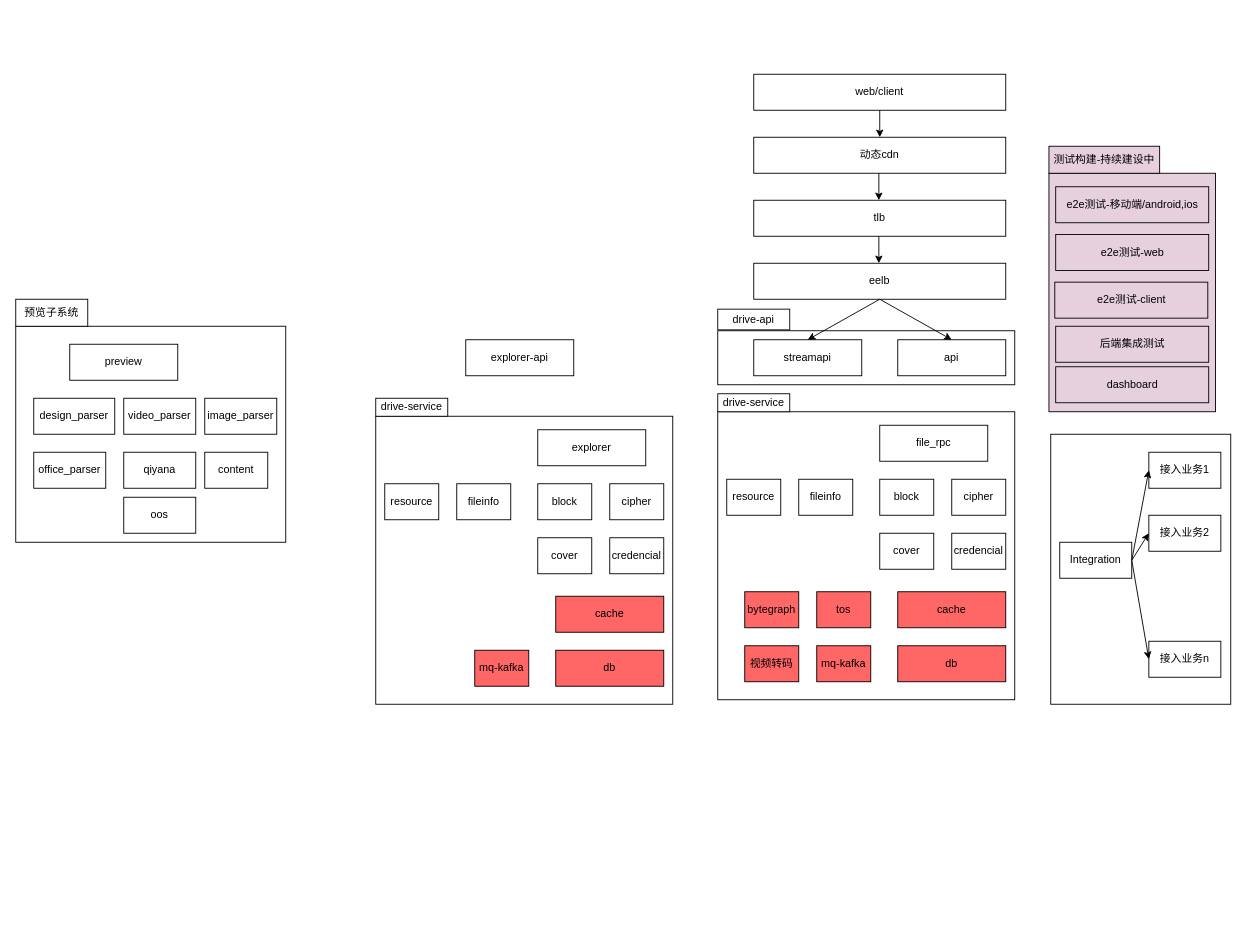
This is 架构图1.drawio from hehenpan/drawio, a draw.io file, before an edit. Source tidied: cells renumbered, new cells numbered last; positions are measured from the earlier drawing's top-left corner, leaving out a move shared by most shapes. Both pictures are drawn from the tidied source at 90%, with x=0, y=0 at pixel (15, 74).
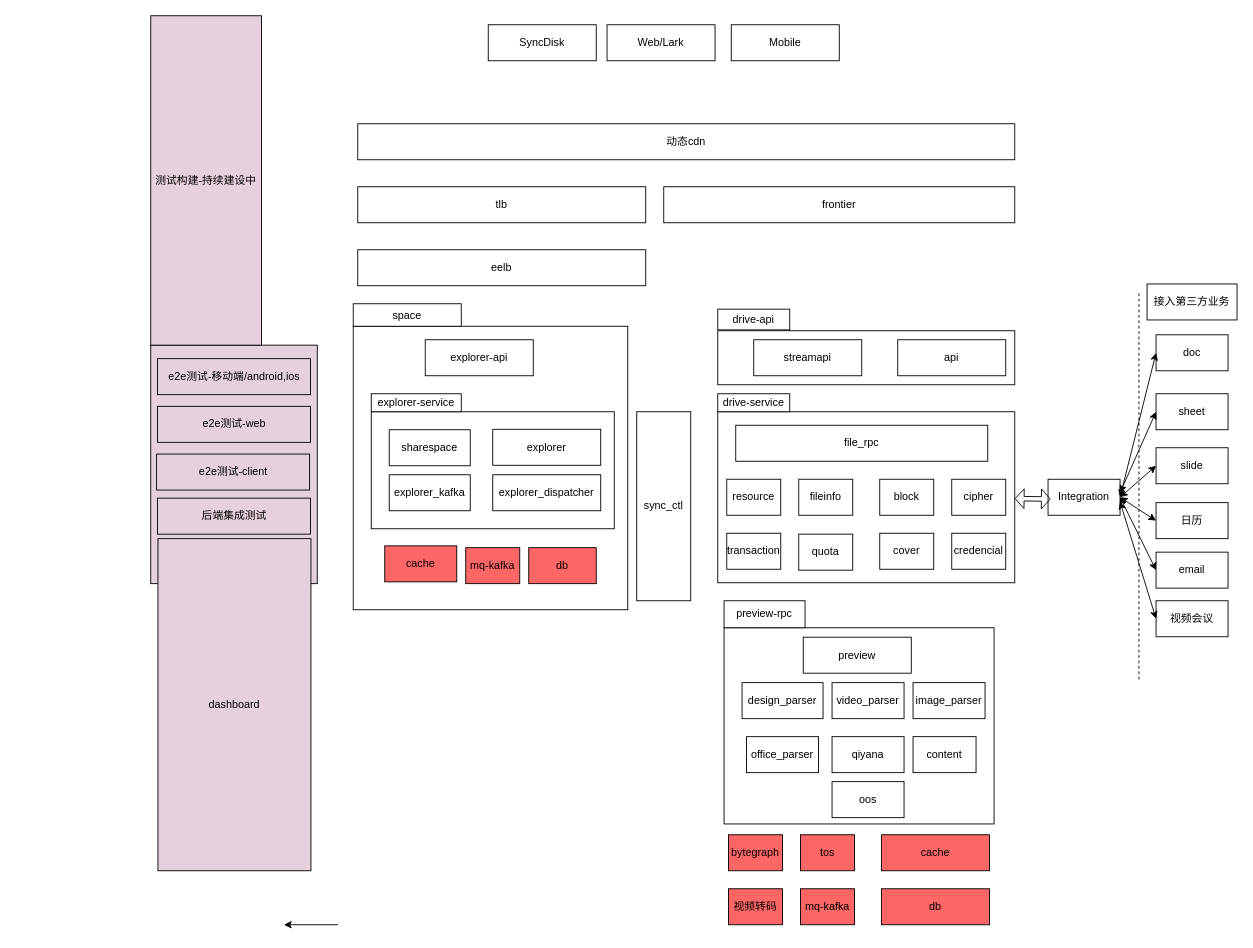
Above is the later version.

Unchanged cells that the change refers to:
```xml
<mxCell id="9" value="streamapi" style="rounded=0;whiteSpace=wrap;html=1;" parent="1" vertex="1">
  <mxGeometry x="820" y="295" width="120" height="40" as="geometry" />
</mxCell>
<mxCell id="12" value="api" style="rounded=0;whiteSpace=wrap;html=1;" parent="1" vertex="1">
  <mxGeometry x="980" y="295" width="120" height="40" as="geometry" />
</mxCell>
```

The edit, as a diff of the source:
```diff
@@
+    <mxCell id="68" style="rounded=0;whiteSpace=wrap;html=1;" parent="1" vertex="1">
+      <mxGeometry x="375" y="280" width="305" height="315" as="geometry" />
+    </mxCell>
@@
     <mxCell id="3" style="rounded=0;whiteSpace=wrap;html=1;" parent="1" vertex="1">
-      <mxGeometry x="780" y="375" width="330" height="320" as="geometry" />
+      <mxGeometry x="780" y="375" width="330" height="190" as="geometry" />
     </mxCell>
     <mxCell id="4" style="rounded=0;whiteSpace=wrap;html=1;fillColor=#E6D0DE;" parent="1" vertex="1">
-      <mxGeometry x="1148" y="110" width="185" height="265" as="geometry" />
+      <mxGeometry x="150" y="301" width="185" height="265" as="geometry" />
     </mxCell>
     <mxCell id="5" style="rounded=0;whiteSpace=wrap;html=1;" parent="1" vertex="1">
-      <mxGeometry y="280" width="300" height="240" as="geometry" />
+      <mxGeometry x="787" y="615" width="300" height="218" as="geometry" />
     </mxCell>
-    <mxCell id="6" style="rounded=0;whiteSpace=wrap;html=1;" parent="1" vertex="1">
-      <mxGeometry x="1150" y="400" width="200" height="300" as="geometry" />
-    </mxCell>
     <mxCell id="7" value="tlb" style="rounded=0;whiteSpace=wrap;html=1;" parent="1" vertex="1">
-      <mxGeometry x="820" y="140" width="280" height="40" as="geometry" />
+      <mxGeometry x="380" y="125" width="320" height="40" as="geometry" />
     </mxCell>
     <mxCell id="8" value="eelb" style="rounded=0;whiteSpace=wrap;html=1;" parent="1" vertex="1">
-      <mxGeometry x="820" y="210" width="280" height="40" as="geometry" />
+      <mxGeometry x="380" y="195" width="320" height="40" as="geometry" />
     </mxCell>
@@
     <mxCell id="10" value="动态cdn" style="rounded=0;whiteSpace=wrap;html=1;" parent="1" vertex="1">
-      <mxGeometry x="820" y="70" width="280" height="40" as="geometry" />
+      <mxGeometry x="380" y="55" width="730" height="40" as="geometry" />
     </mxCell>
-    <mxCell id="11" value="web/client" style="rounded=0;whiteSpace=wrap;html=1;" parent="1" vertex="1">
-      <mxGeometry x="820" width="280" height="40" as="geometry" />
-    </mxCell>
@@
     <mxCell id="13" value="file_rpc" style="rounded=0;whiteSpace=wrap;html=1;" parent="1" vertex="1">
-      <mxGeometry x="960" y="390" width="120" height="40" as="geometry" />
+      <mxGeometry x="800" y="390" width="280" height="40" as="geometry" />
     </mxCell>
@@
     <mxCell id="17" value="cache" style="rounded=0;whiteSpace=wrap;html=1;fillColor=#FF6666;" parent="1" vertex="1">
-      <mxGeometry x="980" y="575" width="120" height="40" as="geometry" />
+      <mxGeometry x="962" y="845" width="120" height="40" as="geometry" />
     </mxCell>
     <mxCell id="18" value="db" style="rounded=0;whiteSpace=wrap;html=1;fillColor=#FF6666;" parent="1" vertex="1">
-      <mxGeometry x="980" y="635" width="120" height="40" as="geometry" />
+      <mxGeometry x="962" y="905" width="120" height="40" as="geometry" />
     </mxCell>
     <mxCell id="19" value="Integration" style="rounded=0;whiteSpace=wrap;html=1;" parent="1" vertex="1">
-      <mxGeometry x="1160" y="520" width="80" height="40" as="geometry" />
+      <mxGeometry x="1147" y="450" width="80" height="40" as="geometry" />
     </mxCell>
-    <mxCell id="20" value="接入业务1" style="rounded=0;whiteSpace=wrap;html=1;" parent="1" vertex="1">
-      <mxGeometry x="1259" y="420" width="80" height="40" as="geometry" />
+    <mxCell id="20" value="doc" style="rounded=0;whiteSpace=wrap;html=1;" parent="1" vertex="1">
+      <mxGeometry x="1267" y="289.5" width="80" height="40" as="geometry" />
     </mxCell>
-    <mxCell id="21" value="接入业务2" style="rounded=0;whiteSpace=wrap;html=1;" parent="1" vertex="1">
-      <mxGeometry x="1259" y="490" width="80" height="40" as="geometry" />
+    <mxCell id="21" value="sheet" style="rounded=0;whiteSpace=wrap;html=1;" parent="1" vertex="1">
+      <mxGeometry x="1267" y="355" width="80" height="40" as="geometry" />
     </mxCell>
-    <mxCell id="22" value="接入业务n" style="rounded=0;whiteSpace=wrap;html=1;" parent="1" vertex="1">
-      <mxGeometry x="1259" y="630" width="80" height="40" as="geometry" />
+    <mxCell id="22" value="slide" style="rounded=0;whiteSpace=wrap;html=1;" parent="1" vertex="1">
+      <mxGeometry x="1267" y="415" width="80" height="40" as="geometry" />
     </mxCell>
@@
     <mxCell id="24" value="bytegraph" style="rounded=0;whiteSpace=wrap;html=1;fillColor=#FF6666;" parent="1" vertex="1">
-      <mxGeometry x="810" y="575" width="60" height="40" as="geometry" />
+      <mxGeometry x="792" y="845" width="60" height="40" as="geometry" />
     </mxCell>
     <mxCell id="25" value="tos" style="rounded=0;whiteSpace=wrap;html=1;fillColor=#FF6666;" parent="1" vertex="1">
-      <mxGeometry x="890" y="575" width="60" height="40" as="geometry" />
+      <mxGeometry x="872" y="845" width="60" height="40" as="geometry" />
     </mxCell>
     <mxCell id="26" value="mq-kafka" style="rounded=0;whiteSpace=wrap;html=1;fillColor=#FF6666;" parent="1" vertex="1">
-      <mxGeometry x="890" y="635" width="60" height="40" as="geometry" />
+      <mxGeometry x="872" y="905" width="60" height="40" as="geometry" />
     </mxCell>
     <mxCell id="27" value="qiyana" style="rounded=0;whiteSpace=wrap;html=1;" parent="1" vertex="1">
-      <mxGeometry x="120" y="420" width="80" height="40" as="geometry" />
+      <mxGeometry x="907" y="736" width="80" height="40" as="geometry" />
     </mxCell>
     <mxCell id="28" value="preview" style="rounded=0;whiteSpace=wrap;html=1;" parent="1" vertex="1">
-      <mxGeometry x="60" y="300" width="120" height="40" as="geometry" />
+      <mxGeometry x="875" y="625.5" width="120" height="40" as="geometry" />
     </mxCell>
     <mxCell id="29" value="content" style="rounded=0;whiteSpace=wrap;html=1;" parent="1" vertex="1">
-      <mxGeometry x="210" y="420" width="70" height="40" as="geometry" />
+      <mxGeometry x="997" y="736" width="70" height="40" as="geometry" />
     </mxCell>
     <mxCell id="30" value="image_parser" style="rounded=0;whiteSpace=wrap;html=1;" parent="1" vertex="1">
-      <mxGeometry x="210" y="360" width="80" height="40" as="geometry" />
+      <mxGeometry x="997" y="676" width="80" height="40" as="geometry" />
     </mxCell>
     <mxCell id="31" value="design_parser" style="rounded=0;whiteSpace=wrap;html=1;" parent="1" vertex="1">
-      <mxGeometry x="20" y="360" width="90" height="40" as="geometry" />
+      <mxGeometry x="807" y="676" width="90" height="40" as="geometry" />
     </mxCell>
     <mxCell id="32" value="video_parser" style="rounded=0;whiteSpace=wrap;html=1;" parent="1" vertex="1">
-      <mxGeometry x="120" y="360" width="80" height="40" as="geometry" />
+      <mxGeometry x="907" y="676" width="80" height="40" as="geometry" />
     </mxCell>
     <mxCell id="33" value="office_parser" style="rounded=0;whiteSpace=wrap;html=1;" parent="1" vertex="1">
-      <mxGeometry x="20" y="420" width="80" height="40" as="geometry" />
+      <mxGeometry x="812" y="736" width="80" height="40" as="geometry" />
     </mxCell>
     <mxCell id="34" value="oos" style="rounded=0;whiteSpace=wrap;html=1;" parent="1" vertex="1">
-      <mxGeometry x="120" y="470" width="80" height="40" as="geometry" />
+      <mxGeometry x="907" y="786" width="80" height="40" as="geometry" />
     </mxCell>
     <mxCell id="35" value="视频转码" style="rounded=0;whiteSpace=wrap;html=1;fillColor=#FF6666;" parent="1" vertex="1">
-      <mxGeometry x="810" y="635" width="60" height="40" as="geometry" />
+      <mxGeometry x="792" y="905" width="60" height="40" as="geometry" />
     </mxCell>
@@
-    <mxCell id="38" value="预览子系统" style="rounded=0;whiteSpace=wrap;html=1;" parent="1" vertex="1">
-      <mxGeometry y="250" width="80" height="30" as="geometry" />
+    <mxCell id="38" value="preview-rpc" style="rounded=0;whiteSpace=wrap;html=1;" parent="1" vertex="1">
+      <mxGeometry x="787" y="585" width="90" height="30" as="geometry" />
     </mxCell>
     <mxCell id="39" value="e2e测试-移动端/android,ios" style="rounded=0;whiteSpace=wrap;html=1;fillColor=#E6D0DE;" parent="1" vertex="1">
-      <mxGeometry x="1155.5" y="125" width="170" height="40" as="geometry" />
+      <mxGeometry x="157.5" y="316" width="170" height="40" as="geometry" />
     </mxCell>
     <mxCell id="40" value="e2e测试-web" style="rounded=0;whiteSpace=wrap;html=1;fillColor=#E6D0DE;" parent="1" vertex="1">
-      <mxGeometry x="1155.5" y="178" width="170" height="40" as="geometry" />
+      <mxGeometry x="157.5" y="369" width="170" height="40" as="geometry" />
     </mxCell>
     <mxCell id="41" value="e2e测试-client" style="rounded=0;whiteSpace=wrap;html=1;fillColor=#E6D0DE;" parent="1" vertex="1">
-      <mxGeometry x="1154.5" y="231" width="170" height="40" as="geometry" />
+      <mxGeometry x="156.5" y="422" width="170" height="40" as="geometry" />
     </mxCell>
     <mxCell id="42" value="测试构建-持续建设中" style="rounded=0;whiteSpace=wrap;html=1;fillColor=#E6D0DE;" parent="1" vertex="1">
-      <mxGeometry x="1148" y="80" width="123" height="30" as="geometry" />
+      <mxGeometry x="150" y="-65" width="123" height="366" as="geometry" />
     </mxCell>
     <mxCell id="43" value="后端集成测试" style="rounded=0;whiteSpace=wrap;html=1;fillColor=#E6D0DE;" parent="1" vertex="1">
-      <mxGeometry x="1155.5" y="280" width="170" height="40" as="geometry" />
+      <mxGeometry x="157.5" y="471" width="170" height="40" as="geometry" />
     </mxCell>
-    <mxCell id="44" style="endArrow=classic;html=1;exitX=1;exitY=0.5;exitDx=0;exitDy=0;entryX=0;entryY=0.5;entryDx=0;entryDy=0;" parent="1" edge="1" source="19" target="20">
-      <mxGeometry relative="1" as="geometry" />
-    </mxCell>
-    <mxCell id="45" style="endArrow=classic;html=1;exitX=1;exitY=0.5;exitDx=0;exitDy=0;entryX=0;entryY=0.5;entryDx=0;entryDy=0;" parent="1" edge="1" source="19" target="21">
-      <mxGeometry relative="1" as="geometry" />
-    </mxCell>
-    <mxCell id="46" style="endArrow=classic;html=1;entryX=0;entryY=0.5;entryDx=0;entryDy=0;" parent="1" edge="1" target="22">
-      <mxGeometry relative="1" as="geometry">
-        <mxPoint x="1240" y="540" as="sourcePoint" />
-      </mxGeometry>
-    </mxCell>
-    <mxCell id="47" style="endArrow=classic;html=1;exitX=0.5;exitY=1;exitDx=0;exitDy=0;entryX=0.5;entryY=0;entryDx=0;entryDy=0;" parent="1" edge="1" source="11" target="10">
-      <mxGeometry relative="1" as="geometry" />
-    </mxCell>
-    <mxCell id="48" style="endArrow=classic;html=1;exitX=0.5;exitY=1;exitDx=0;exitDy=0;entryX=0.5;entryY=0;entryDx=0;entryDy=0;" parent="1" edge="1">
-      <mxGeometry relative="1" as="geometry">
-        <mxPoint x="959" y="110" as="sourcePoint" />
-        <mxPoint x="959" y="140" as="targetPoint" />
-      </mxGeometry>
-    </mxCell>
-    <mxCell id="49" style="endArrow=classic;html=1;exitX=0.5;exitY=1;exitDx=0;exitDy=0;entryX=0.5;entryY=0;entryDx=0;entryDy=0;" parent="1" edge="1">
-      <mxGeometry relative="1" as="geometry">
-        <mxPoint x="959" y="180" as="sourcePoint" />
-        <mxPoint x="959" y="210" as="targetPoint" />
-      </mxGeometry>
-    </mxCell>
-    <mxCell id="50" style="endArrow=classic;html=1;exitX=0.5;exitY=1;exitDx=0;exitDy=0;entryX=0.5;entryY=0;entryDx=0;entryDy=0;" parent="1" edge="1" source="8" target="9">
-      <mxGeometry relative="1" as="geometry" />
-    </mxCell>
-    <mxCell id="51" style="endArrow=classic;html=1;entryX=0.5;entryY=0;entryDx=0;entryDy=0;exitX=0.5;exitY=1;exitDx=0;exitDy=0;" parent="1" edge="1" source="8" target="12">
-      <mxGeometry relative="1" as="geometry" />
-    </mxCell>
@@
     <mxCell id="53" value="dashboard" style="rounded=0;whiteSpace=wrap;html=1;fillColor=#E6D0DE;" parent="1" vertex="1">
-      <mxGeometry x="1155.5" y="325" width="170" height="40" as="geometry" />
+      <mxGeometry x="158" y="516" width="170" height="369" as="geometry" />
     </mxCell>
@@
     <mxCell id="55" style="rounded=0;whiteSpace=wrap;html=1;" parent="1" vertex="1">
-      <mxGeometry x="400" y="380" width="330" height="320" as="geometry" />
+      <mxGeometry x="395" y="375" width="270" height="130" as="geometry" />
     </mxCell>
     <mxCell id="56" value="explorer-api" style="rounded=0;whiteSpace=wrap;html=1;" parent="1" vertex="1">
-      <mxGeometry x="500" y="295" width="120" height="40" as="geometry" />
+      <mxGeometry x="455" y="295" width="120" height="40" as="geometry" />
     </mxCell>
     <mxCell id="57" value="explorer" style="rounded=0;whiteSpace=wrap;html=1;" parent="1" vertex="1">
-      <mxGeometry x="580" y="395" width="120" height="40" as="geometry" />
+      <mxGeometry x="530" y="394.5" width="120" height="40" as="geometry" />
     </mxCell>
-    <mxCell id="58" value="fileinfo" style="rounded=0;whiteSpace=wrap;html=1;" parent="1" vertex="1">
-      <mxGeometry x="490" y="455" width="60" height="40" as="geometry" />
-    </mxCell>
-    <mxCell id="59" value="block" style="rounded=0;whiteSpace=wrap;html=1;" parent="1" vertex="1">
-      <mxGeometry x="580" y="455" width="60" height="40" as="geometry" />
-    </mxCell>
-    <mxCell id="60" value="cipher" style="rounded=0;whiteSpace=wrap;html=1;" parent="1" vertex="1">
-      <mxGeometry x="660" y="455" width="60" height="40" as="geometry" />
-    </mxCell>
     <mxCell id="61" value="cache" style="rounded=0;whiteSpace=wrap;html=1;fillColor=#FF6666;" parent="1" vertex="1">
-      <mxGeometry x="600" y="580" width="120" height="40" as="geometry" />
+      <mxGeometry x="410" y="524" width="80" height="40" as="geometry" />
     </mxCell>
     <mxCell id="62" value="db" style="rounded=0;whiteSpace=wrap;html=1;fillColor=#FF6666;" parent="1" vertex="1">
-      <mxGeometry x="600" y="640" width="120" height="40" as="geometry" />
+      <mxGeometry x="570" y="526" width="75" height="40" as="geometry" />
     </mxCell>
-    <mxCell id="63" value="resource" style="rounded=0;whiteSpace=wrap;html=1;" parent="1" vertex="1">
-      <mxGeometry x="410" y="455" width="60" height="40" as="geometry" />
-    </mxCell>
     <mxCell id="64" value="mq-kafka" style="rounded=0;whiteSpace=wrap;html=1;fillColor=#FF6666;" parent="1" vertex="1">
-      <mxGeometry x="510" y="640" width="60" height="40" as="geometry" />
+      <mxGeometry x="500" y="526" width="60" height="40" as="geometry" />
     </mxCell>
-    <mxCell id="65" value="credencial" style="rounded=0;whiteSpace=wrap;html=1;" parent="1" vertex="1">
-      <mxGeometry x="660" y="515" width="60" height="40" as="geometry" />
+    <mxCell id="65" value="explorer_dispatcher" style="rounded=0;whiteSpace=wrap;html=1;" parent="1" vertex="1">
+      <mxGeometry x="530" y="445" width="120" height="40" as="geometry" />
     </mxCell>
-    <mxCell id="66" value="cover" style="rounded=0;whiteSpace=wrap;html=1;" parent="1" vertex="1">
-      <mxGeometry x="580" y="515" width="60" height="40" as="geometry" />
+    <mxCell id="66" value="explorer_kafka" style="rounded=0;whiteSpace=wrap;html=1;" parent="1" vertex="1">
+      <mxGeometry x="415" y="445" width="90" height="40" as="geometry" />
     </mxCell>
-    <mxCell id="67" value="drive-service" style="rounded=0;whiteSpace=wrap;html=1;" parent="1" vertex="1">
-      <mxGeometry x="400" y="360" width="80" height="20" as="geometry" />
+    <mxCell id="67" value="explorer-service" style="rounded=0;whiteSpace=wrap;html=1;" parent="1" vertex="1">
+      <mxGeometry x="395" y="355" width="100" height="20" as="geometry" />
     </mxCell>
+    <mxCell id="69" value="sharespace" style="rounded=0;whiteSpace=wrap;html=1;" parent="1" vertex="1">
+      <mxGeometry x="415" y="395" width="90" height="40" as="geometry" />
+    </mxCell>
+    <mxCell id="70" value="transaction" style="rounded=0;whiteSpace=wrap;html=1;" parent="1" vertex="1">
+      <mxGeometry x="790" y="510" width="60" height="40" as="geometry" />
+    </mxCell>
+    <mxCell id="71" value="sync_ctl" style="rounded=0;whiteSpace=wrap;html=1;" parent="1" vertex="1">
+      <mxGeometry x="690" y="375" width="60" height="210" as="geometry" />
+    </mxCell>
+    <mxCell id="72" value="quota" style="rounded=0;whiteSpace=wrap;html=1;" parent="1" vertex="1">
+      <mxGeometry x="870" y="511" width="60" height="40" as="geometry" />
+    </mxCell>
+    <mxCell id="73" value="Web/Lark" style="rounded=0;whiteSpace=wrap;html=1;" parent="1" vertex="1">
+      <mxGeometry x="657" y="-55" width="120" height="40" as="geometry" />
+    </mxCell>
+    <mxCell id="74" value="Mobile" style="rounded=0;whiteSpace=wrap;html=1;" parent="1" vertex="1">
+      <mxGeometry x="795" y="-55" width="120" height="40" as="geometry" />
+    </mxCell>
+    <mxCell id="75" value="SyncDisk" style="rounded=0;whiteSpace=wrap;html=1;" parent="1" vertex="1">
+      <mxGeometry x="525" y="-55" width="120" height="40" as="geometry" />
+    </mxCell>
+    <mxCell id="76" value="frontier" style="rounded=0;whiteSpace=wrap;html=1;" parent="1" vertex="1">
+      <mxGeometry x="720" y="125" width="390" height="40" as="geometry" />
+    </mxCell>
+    <mxCell id="77" style="endArrow=none;dashed=1;html=1;" parent="1" edge="1">
+      <mxGeometry relative="1" as="geometry">
+        <mxPoint x="1248" y="672.5" as="sourcePoint" />
+        <mxPoint x="1248" y="240.5" as="targetPoint" />
+      </mxGeometry>
+    </mxCell>
+    <mxCell id="78" style="endArrow=classic;html=1;" parent="1" edge="1">
+      <mxGeometry relative="1" as="geometry">
+        <mxPoint x="358" y="945" as="sourcePoint" />
+        <mxPoint x="298" y="945" as="targetPoint" />
+      </mxGeometry>
+    </mxCell>
+    <mxCell id="44" style="endArrow=classic;startArrow=classic;html=1;exitX=1;exitY=0.5;exitDx=0;exitDy=0;entryX=0;entryY=0.5;entryDx=0;entryDy=0;" parent="1" edge="1" source="19" target="20">
+      <mxGeometry relative="1" as="geometry" />
+    </mxCell>
+    <mxCell id="79" style="endArrow=classic;startArrow=classic;html=1;entryX=0;entryY=0.5;entryDx=0;entryDy=0;" parent="1" edge="1" target="21">
+      <mxGeometry relative="1" as="geometry">
+        <mxPoint x="1227" y="465" as="sourcePoint" />
+      </mxGeometry>
+    </mxCell>
+    <mxCell id="80" value="日历" style="rounded=0;whiteSpace=wrap;html=1;" parent="1" vertex="1">
+      <mxGeometry x="1267" y="476" width="80" height="40" as="geometry" />
+    </mxCell>
+    <mxCell id="81" style="endArrow=classic;startArrow=classic;html=1;exitX=1;exitY=0.5;exitDx=0;exitDy=0;entryX=0;entryY=0.5;entryDx=0;entryDy=0;" parent="1" edge="1" source="19" target="22">
+      <mxGeometry relative="1" as="geometry" />
+    </mxCell>
+    <mxCell id="82" style="endArrow=classic;startArrow=classic;html=1;exitX=1;exitY=0.5;exitDx=0;exitDy=0;entryX=0;entryY=0.5;entryDx=0;entryDy=0;" parent="1" edge="1" source="19" target="80">
+      <mxGeometry relative="1" as="geometry" />
+    </mxCell>
+    <mxCell id="83" value="email" style="rounded=0;whiteSpace=wrap;html=1;" parent="1" vertex="1">
+      <mxGeometry x="1267" y="531" width="80" height="40" as="geometry" />
+    </mxCell>
+    <mxCell id="84" value="视频会议" style="rounded=0;whiteSpace=wrap;html=1;" parent="1" vertex="1">
+      <mxGeometry x="1267" y="585" width="80" height="40" as="geometry" />
+    </mxCell>
+    <mxCell id="85" style="endArrow=classic;startArrow=classic;html=1;exitX=1;exitY=0.5;exitDx=0;exitDy=0;entryX=0;entryY=0.5;entryDx=0;entryDy=0;" parent="1" edge="1" source="19" target="83">
+      <mxGeometry relative="1" as="geometry" />
+    </mxCell>
+    <mxCell id="86" style="endArrow=classic;startArrow=classic;html=1;entryX=0;entryY=0.5;entryDx=0;entryDy=0;" parent="1" edge="1" target="84">
+      <mxGeometry relative="1" as="geometry">
+        <mxPoint x="1227" y="475" as="sourcePoint" />
+      </mxGeometry>
+    </mxCell>
+    <mxCell id="87" value="接入第三方业务" style="rounded=0;whiteSpace=wrap;html=1;" parent="1" vertex="1">
+      <mxGeometry x="1257" y="233" width="100" height="40" as="geometry" />
+    </mxCell>
+    <mxCell id="88" style="shape=flexArrow;endArrow=classic;startArrow=classic;html=1;endWidth=16;endSize=2.96;startWidth=16;startSize=2.96;width=5;" parent="1" edge="1">
+      <mxGeometry relative="1" as="geometry">
+        <mxPoint x="1110" y="471.5" as="sourcePoint" />
+        <mxPoint x="1150" y="472" as="targetPoint" />
+      </mxGeometry>
+    </mxCell>
+    <mxCell id="89" value="space" style="rounded=0;whiteSpace=wrap;html=1;" parent="1" vertex="1">
+      <mxGeometry x="375" y="255" width="120" height="25" as="geometry" />
+    </mxCell>
```
